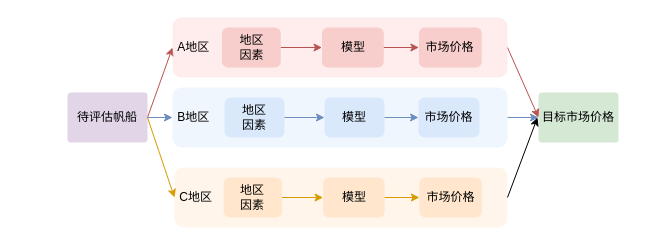
Before: 99_resources/业务.drawio in dataml-cn/playground, a draw.io diagram. Source tidied: cells renumbered, new cells numbered last; positions are measured from the earlier drawing's top-left corner, leaving out a move shared by most shapes. Both pictures are drawn from the tidied source at 100%, with x=0, y=0 at pixel (67, 17).
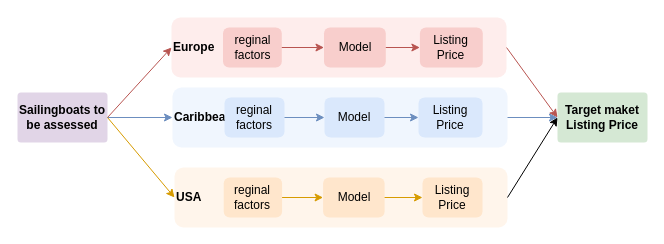
After the change.

The change refers to these unchanged cells:
```xml
<mxCell id="21" style="group;fillColor=#fff2cc;strokeColor=none;opacity=0;" parent="1" vertex="1">
  <mxGeometry x="107" y="150" width="333" height="60" as="geometry" />
</mxCell>
```

The edit, as a diff of the source:
```diff
@@
-    <mxCell id="2" value="&amp;nbsp;B地区" style="rounded=1;whiteSpace=wrap;html=1;fillColor=#dae8fc;align=left;strokeColor=none;opacity=40;" parent="1" vertex="1">
+    <mxCell id="2" value="&lt;b&gt;Caribbean&lt;/b&gt;" style="rounded=1;whiteSpace=wrap;html=1;fillColor=#dae8fc;align=left;strokeColor=none;opacity=40;" parent="1" vertex="1">
       <mxGeometry x="105" y="70" width="335" height="60" as="geometry" />
     </mxCell>
-    <mxCell id="3" value="待评估帆船" style="rounded=1;whiteSpace=wrap;html=1;fillColor=#e1d5e7;strokeColor=none;arcSize=7;" parent="1" vertex="1">
-      <mxGeometry y="75" width="80" height="50" as="geometry" />
+    <mxCell id="3" value="&lt;b&gt;Sailingboats to be assessed&lt;/b&gt;" style="rounded=1;whiteSpace=wrap;html=1;fillColor=#e1d5e7;strokeColor=none;arcSize=7;" parent="1" vertex="1">
+      <mxGeometry x="-50" y="75" width="90" height="50" as="geometry" />
     </mxCell>
-    <mxCell id="4" value="目标市场价格" style="rounded=1;whiteSpace=wrap;html=1;fillColor=#d5e8d4;strokeColor=none;arcSize=7;" parent="1" vertex="1">
-      <mxGeometry x="471" y="75" width="80" height="50" as="geometry" />
+    <mxCell id="4" value="&lt;b&gt;Target maket Listing Price&lt;/b&gt;" style="rounded=1;whiteSpace=wrap;html=1;fillColor=#d5e8d4;strokeColor=none;arcSize=7;" parent="1" vertex="1">
+      <mxGeometry x="490" y="75" width="90" height="50" as="geometry" />
     </mxCell>
@@
-    <mxCell id="7" value="市场价格" style="rounded=1;whiteSpace=wrap;html=1;fillColor=#dae8fc;strokeColor=none;" parent="1" vertex="1">
-      <mxGeometry x="351" y="80" width="61" height="40" as="geometry" />
+    <mxCell id="7" value="Listing Price" style="rounded=1;whiteSpace=wrap;html=1;fillColor=#dae8fc;strokeColor=none;" parent="1" vertex="1">
+      <mxGeometry x="351" y="80" width="64" height="40" as="geometry" />
     </mxCell>
-    <mxCell id="8" value="地区&lt;br&gt;因素" style="rounded=1;whiteSpace=wrap;html=1;fillColor=#dae8fc;strokeColor=none;" parent="1" vertex="1">
+    <mxCell id="8" value="reginal factors" style="rounded=1;whiteSpace=wrap;html=1;fillColor=#dae8fc;strokeColor=none;" parent="1" vertex="1">
       <mxGeometry x="157" y="80" width="60" height="40" as="geometry" />
     </mxCell>
-    <mxCell id="9" value="模型" style="rounded=1;whiteSpace=wrap;html=1;fillColor=#dae8fc;strokeColor=none;" parent="1" vertex="1">
+    <mxCell id="9" value="Model" style="rounded=1;whiteSpace=wrap;html=1;fillColor=#dae8fc;strokeColor=none;" parent="1" vertex="1">
       <mxGeometry x="257" y="80" width="60" height="40" as="geometry" />
     </mxCell>
@@
     <mxCell id="14" style="group;" parent="1" vertex="1">
-      <mxGeometry x="105" width="335" height="60" as="geometry" />
+      <mxGeometry x="106" width="335" height="60" as="geometry" />
     </mxCell>
-    <mxCell id="15" value="&amp;nbsp;A地区" style="rounded=1;whiteSpace=wrap;html=1;fillColor=#FCD2D0;align=left;strokeColor=none;opacity=40;" parent="14" vertex="1">
-      <mxGeometry width="335" height="60" as="geometry" />
+    <mxCell id="15" value="&lt;b&gt;Europe&lt;/b&gt;" style="rounded=1;whiteSpace=wrap;html=1;fillColor=#FCD2D0;align=left;strokeColor=none;opacity=40;" parent="14" vertex="1">
+      <mxGeometry x="-2" width="335" height="60" as="geometry" />
     </mxCell>
-    <mxCell id="16" value="地区&lt;br&gt;因素" style="rounded=1;whiteSpace=wrap;html=1;fillColor=#f8cecc;strokeColor=none;" parent="14" vertex="1">
+    <mxCell id="16" value="reginal factors" style="rounded=1;whiteSpace=wrap;html=1;fillColor=#f8cecc;strokeColor=none;" parent="14" vertex="1">
       <mxGeometry x="49.5" y="10" width="58.8" height="40" as="geometry" />
     </mxCell>
-    <mxCell id="17" value="市场价格" style="rounded=1;whiteSpace=wrap;html=1;fillColor=#f8cecc;strokeColor=none;" parent="14" vertex="1">
+    <mxCell id="17" value="Listing Price" style="rounded=1;whiteSpace=wrap;html=1;fillColor=#f8cecc;strokeColor=none;" parent="14" vertex="1">
       <mxGeometry x="246.4" y="10" width="62.9" height="40" as="geometry" />
     </mxCell>
-    <mxCell id="18" value="模型" style="rounded=1;whiteSpace=wrap;html=1;fillColor=#f8cecc;strokeColor=none;" parent="14" vertex="1">
-      <mxGeometry x="149.5" y="10" width="61.8" height="40" as="geometry" />
+    <mxCell id="18" value="Model" style="rounded=1;whiteSpace=wrap;html=1;fillColor=#f8cecc;strokeColor=none;" parent="14" vertex="1">
+      <mxGeometry x="150.5" y="10" width="61.8" height="40" as="geometry" />
     </mxCell>
@@
-    <mxCell id="22" value="&amp;nbsp;C地区" style="rounded=1;whiteSpace=wrap;html=1;fillColor=#ffe6cc;align=left;strokeColor=none;opacity=40;" parent="21" vertex="1">
+    <mxCell id="22" value="&lt;b&gt;USA&lt;/b&gt;" style="rounded=1;whiteSpace=wrap;html=1;fillColor=#ffe6cc;align=left;strokeColor=none;opacity=40;" parent="21" vertex="1">
       <mxGeometry width="333" height="60" as="geometry" />
     </mxCell>
-    <mxCell id="23" value="地区&lt;br&gt;因素" style="rounded=1;whiteSpace=wrap;html=1;fillColor=#ffe6cc;strokeColor=none;" parent="21" vertex="1">
+    <mxCell id="23" value="reginal factors" style="rounded=1;whiteSpace=wrap;html=1;fillColor=#ffe6cc;strokeColor=none;" parent="21" vertex="1">
       <mxGeometry x="49.2" y="10" width="58.4" height="40" as="geometry" />
     </mxCell>
-    <mxCell id="24" value="市场价格" style="rounded=1;whiteSpace=wrap;html=1;fillColor=#ffe6cc;strokeColor=none;" parent="21" vertex="1">
-      <mxGeometry x="244.9" y="10" width="62.5" height="40" as="geometry" />
+    <mxCell id="24" value="Listing Price" style="rounded=1;whiteSpace=wrap;html=1;fillColor=#ffe6cc;strokeColor=none;" parent="21" vertex="1">
+      <mxGeometry x="248" y="10" width="60" height="40" as="geometry" />
     </mxCell>
-    <mxCell id="25" value="模型" style="rounded=1;whiteSpace=wrap;html=1;fillColor=#ffe6cc;strokeColor=none;" parent="21" vertex="1">
+    <mxCell id="25" value="Model" style="rounded=1;whiteSpace=wrap;html=1;fillColor=#ffe6cc;strokeColor=none;" parent="21" vertex="1">
       <mxGeometry x="148.6" y="10" width="61.5" height="40" as="geometry" />
     </mxCell>
@@
     <mxCell id="29" style="endArrow=classic;html=1;rounded=0;exitX=1;exitY=0.5;exitDx=0;exitDy=0;" parent="1" edge="1" source="22">
       <mxGeometry relative="1" as="geometry">
-        <mxPoint x="470" y="100" as="targetPoint" />
+        <mxPoint x="490" y="100" as="targetPoint" />
       </mxGeometry>
     </mxCell>
```
